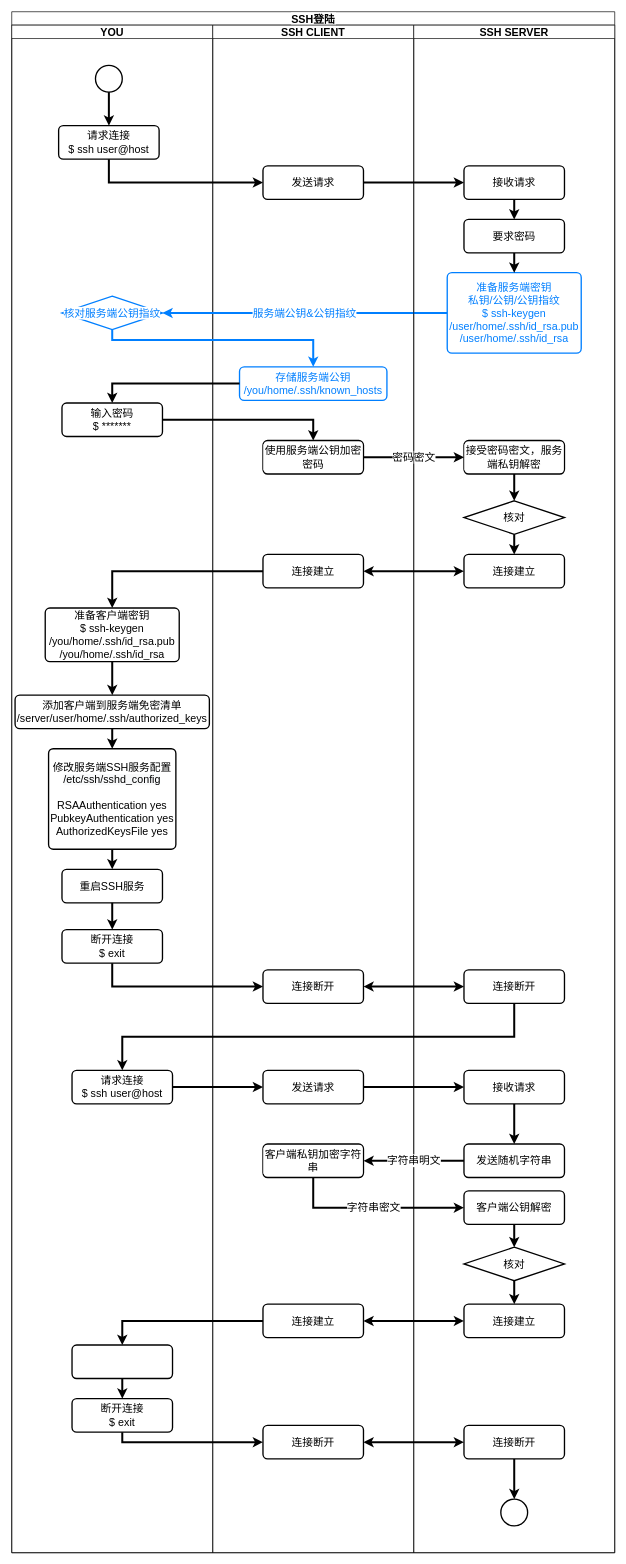
Before: page "Page-3" (3 of 3) of ssh.drawio in RedFoxAtAsleep/app.diagram.net, a draw.io diagram. Source tidied: cells renumbered, new cells numbered last; positions are measured from the earlier drawing's top-left corner, leaving out a move shared by most shapes. Both pictures are drawn from the tidied source at 67%, with x=0, y=0 at pixel (11, 11).
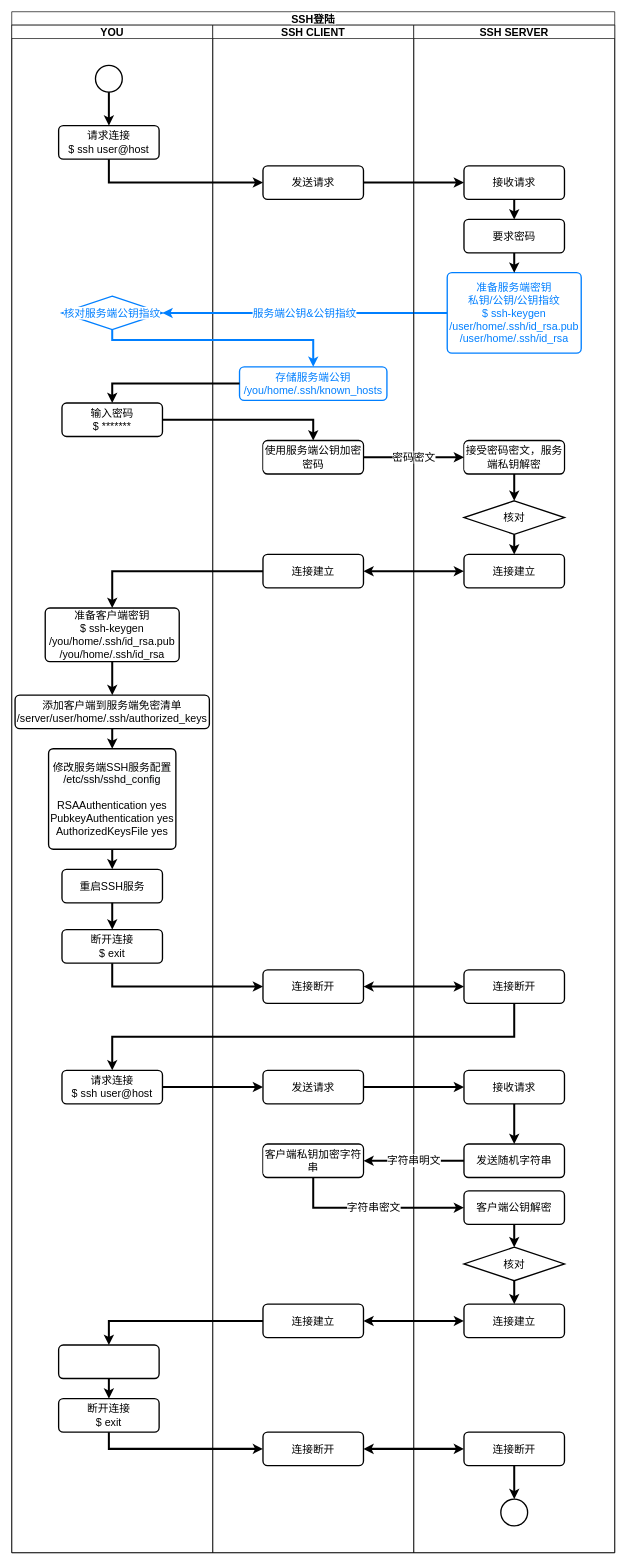
The same page after the edit.

Unchanged cells that the change refers to:
```xml
<mxCell id="2" value="SSH登陆" style="swimlane;startSize=20;fontSize=16;labelBackgroundColor=default;" parent="1" vertex="1">
  <mxGeometry width="900" height="2300" as="geometry" />
</mxCell>
<mxCell id="3" value="YOU" style="swimlane;startSize=20;fontSize=16;labelBackgroundColor=none;" parent="2" vertex="1">
  <mxGeometry y="20" width="300" height="2280" as="geometry" />
</mxCell>
<mxCell id="22" value="SSH CLIENT" style="swimlane;startSize=20;fontSize=16;labelBackgroundColor=none;fontColor=#000000;" parent="2" vertex="1">
  <mxGeometry x="300" y="20" width="300" height="2280" as="geometry" />
</mxCell>
<mxCell id="30" value="连接建立" style="rounded=1;whiteSpace=wrap;html=1;absoluteArcSize=1;arcSize=14;strokeWidth=2;fontSize=16;labelBackgroundColor=default;" parent="22" vertex="1">
  <mxGeometry x="75" y="1909" width="150" height="50" as="geometry" />
</mxCell>
<mxCell id="40" value="SSH SERVER" style="swimlane;startSize=20;fontSize=16;labelBackgroundColor=none;" parent="2" vertex="1">
  <mxGeometry x="600" y="20" width="300" height="2280" as="geometry" />
</mxCell>
```

The edit, as a diff of the source:
```diff
@@
     <mxCell id="18" value="请求连接&lt;br&gt;$ ssh user@host" style="rounded=1;whiteSpace=wrap;html=1;absoluteArcSize=1;arcSize=14;strokeWidth=2;fontSize=16;labelBackgroundColor=default;" parent="3" vertex="1">
-      <mxGeometry x="90" y="1560" width="150" height="50" as="geometry" />
+      <mxGeometry x="75" y="1560" width="150" height="50" as="geometry" />
     </mxCell>
     <mxCell id="19" value="断开连接&lt;br&gt;$ exit" style="rounded=1;whiteSpace=wrap;html=1;absoluteArcSize=1;arcSize=14;strokeWidth=2;fontSize=16;labelBackgroundColor=default;" parent="3" vertex="1">
-      <mxGeometry x="90" y="2050" width="150" height="50" as="geometry" />
+      <mxGeometry x="70" y="2050" width="150" height="50" as="geometry" />
     </mxCell>
@@
     <mxCell id="21" style="rounded=1;whiteSpace=wrap;html=1;absoluteArcSize=1;arcSize=14;strokeWidth=2;fontSize=16;labelBackgroundColor=default;" parent="3" vertex="1">
-      <mxGeometry x="90" y="1970" width="150" height="50" as="geometry" />
+      <mxGeometry x="70" y="1970" width="150" height="50" as="geometry" />
     </mxCell>
@@
     <mxCell id="31" value="连接断开" style="rounded=1;whiteSpace=wrap;html=1;absoluteArcSize=1;arcSize=14;strokeWidth=2;fontSize=16;labelBackgroundColor=default;" parent="22" vertex="1">
-      <mxGeometry x="75" y="2090" width="150" height="50" as="geometry" />
+      <mxGeometry x="75" y="2100" width="150" height="50" as="geometry" />
     </mxCell>
@@
+    <mxCell id="72" style="edgeStyle=orthogonalEdgeStyle;rounded=0;jettySize=auto;html=1;entryX=1;entryY=0.5;entryDx=0;entryDy=0;startArrow=classic;startFill=1;strokeColor=#000000;strokeWidth=3;" parent="2" edge="1" source="62" target="31">
+      <mxGeometry relative="1" as="geometry" />
+    </mxCell>
@@
     <mxCell id="62" value="连接断开" style="rounded=1;whiteSpace=wrap;html=1;absoluteArcSize=1;arcSize=14;strokeWidth=2;fontSize=16;labelBackgroundColor=default;" parent="40" vertex="1">
-      <mxGeometry x="75" y="2090" width="150" height="50" as="geometry" />
+      <mxGeometry x="75" y="2100" width="150" height="50" as="geometry" />
     </mxCell>
@@
-    <mxCell id="72" style="edgeStyle=orthogonalEdgeStyle;rounded=0;jettySize=auto;html=1;entryX=1;entryY=0.5;entryDx=0;entryDy=0;startArrow=classic;startFill=1;strokeColor=#000000;strokeWidth=3;" parent="2" edge="1" source="62" target="31">
-      <mxGeometry relative="1" as="geometry" />
-    </mxCell>
+    <mxCell id="74" style="edgeStyle=orthogonalEdgeStyle;rounded=0;jettySize=auto;html=1;startArrow=none;startFill=0;strokeColor=#000000;strokeWidth=3;" parent="2" edge="1" source="30" target="21">
+      <mxGeometry relative="1" as="geometry" />
+    </mxCell>
-    <mxCell id="73" style="edgeStyle=orthogonalEdgeStyle;rounded=0;jettySize=auto;html=1;entryX=0;entryY=0.5;entryDx=0;entryDy=0;startArrow=none;startFill=0;strokeColor=#000000;strokeWidth=3;" parent="2" edge="1" source="19" target="31">
-      <mxGeometry relative="1" as="geometry">
-        <Array as="points">
-          <mxPoint x="165" y="2135" />
-        </Array>
-      </mxGeometry>
+    <mxCell id="73" style="edgeStyle=orthogonalEdgeStyle;rounded=0;jettySize=auto;html=1;exitX=0.5;exitY=1;exitDx=0;exitDy=0;entryX=0;entryY=0.5;entryDx=0;entryDy=0;startArrow=none;startFill=0;strokeColor=#000000;strokeWidth=3;" parent="2" edge="1" source="19" target="31">
+      <mxGeometry relative="1" as="geometry" />
     </mxCell>
-    <mxCell id="74" style="edgeStyle=orthogonalEdgeStyle;rounded=0;jettySize=auto;html=1;startArrow=none;startFill=0;strokeColor=#000000;strokeWidth=3;" parent="2" edge="1" source="30" target="21">
-      <mxGeometry relative="1" as="geometry" />
-    </mxCell>
```
